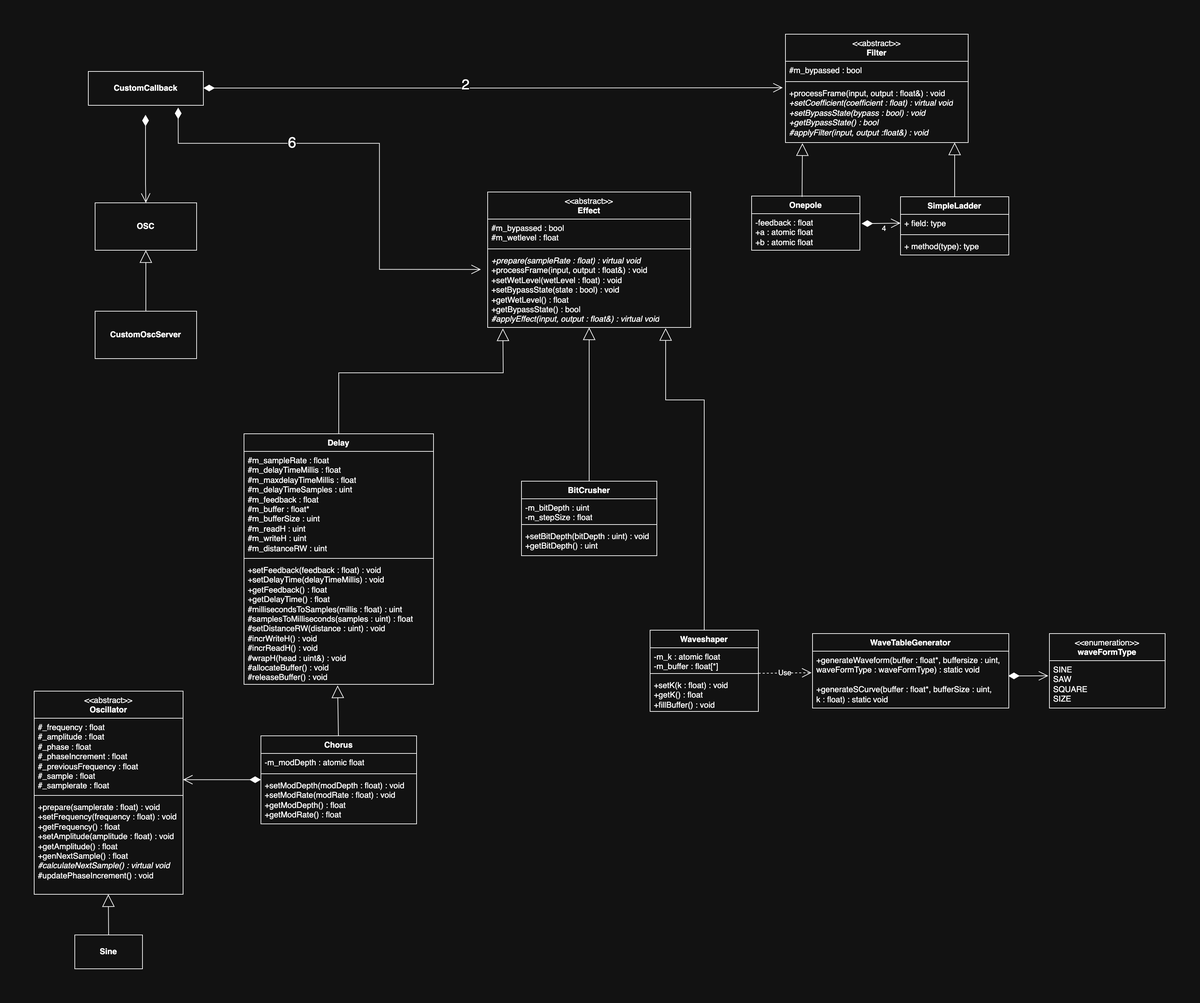
Before: CSD2c/eindopdracht_2c/doc/SmokersLung_classDiagram.png, a diagram exported from draw.io (shark19513/CSD2). Source tidied: cells renumbered, new cells last; positions are measured from the earlier drawing's top-left corner, leaving out a move shared by most shapes.
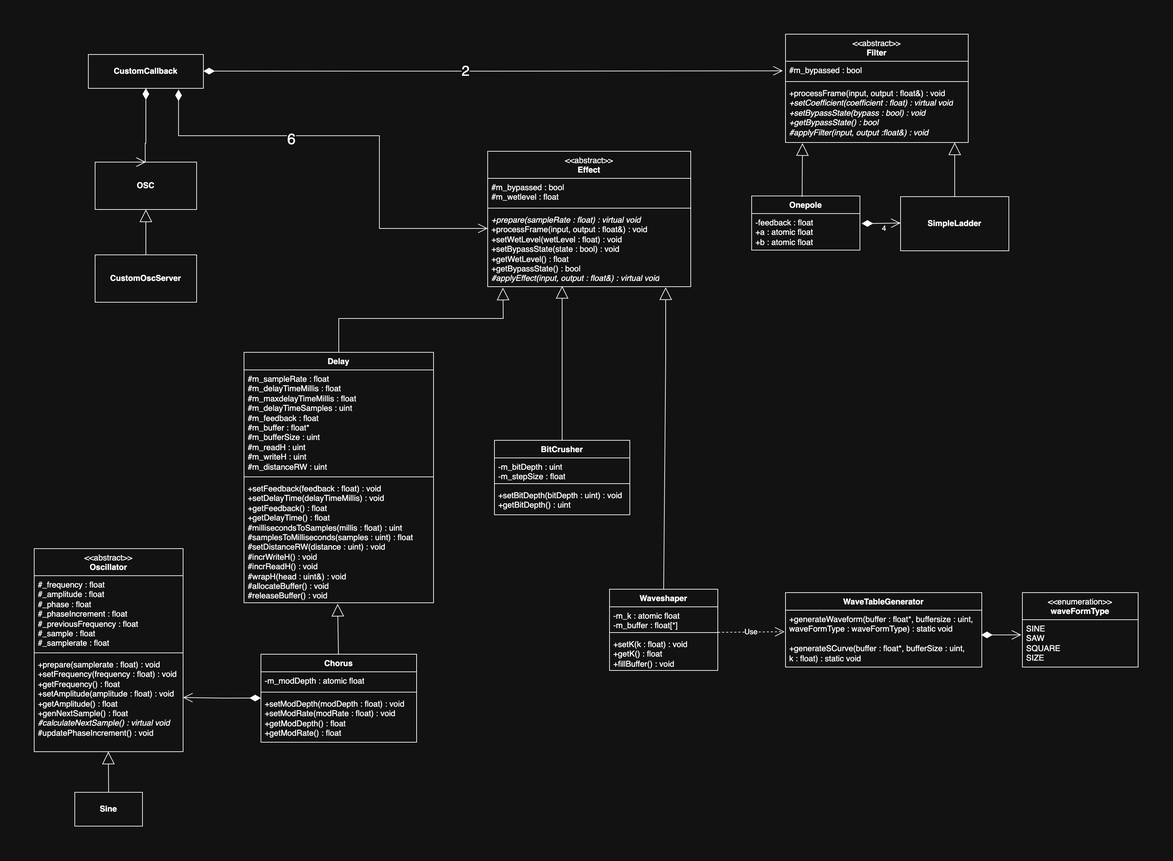
Above is the later version.

What changed in the source:
```diff
@@ -17,49 +17,52 @@
     <mxCell id="6" style="endArrow=block;endSize=16;endFill=0;html=1;rounded=0;exitX=0.5;exitY=0;exitDx=0;exitDy=0;entryX=0.075;entryY=1.013;entryDx=0;entryDy=0;entryPerimeter=0;" parent="1" edge="1" source="31" target="5">
       <mxGeometry relative="1" as="geometry">
         <Array as="points">
-          <mxPoint x="450" y="500" />
-          <mxPoint x="693" y="500" />
+          <mxPoint x="450" y="480" />
+          <mxPoint x="693" y="480" />
         </Array>
       </mxGeometry>
     </mxCell>
-    <mxCell id="7" style="endArrow=block;endSize=16;endFill=0;html=1;rounded=0;entryX=0.5;entryY=1;entryDx=0;entryDy=0;entryPerimeter=0;exitX=0.5;exitY=0;exitDx=0;exitDy=0;" parent="1" edge="1" source="51" target="5">
-      <mxGeometry relative="1" as="geometry" />
+    <mxCell id="7" style="endArrow=block;endSize=16;endFill=0;html=1;rounded=0;exitX=0.5;exitY=0;exitDx=0;exitDy=0;" parent="1" edge="1" source="51">
+      <mxGeometry relative="1" as="geometry">
+        <mxPoint x="780" y="432" as="targetPoint" />
+        <Array as="points">
+          <mxPoint x="780" y="450" />
+        </Array>
+      </mxGeometry>
     </mxCell>
     <mxCell id="8" style="endArrow=block;endSize=16;endFill=0;html=1;rounded=0;exitX=0.5;exitY=0;exitDx=0;exitDy=0;" parent="1" edge="1" source="17">
       <mxGeometry relative="1" as="geometry">
         <mxPoint x="933" y="434" as="targetPoint" />
         <Array as="points">
-          <mxPoint x="990" y="540" />
           <mxPoint x="933" y="540" />
         </Array>
       </mxGeometry>
     </mxCell>
-    <mxCell id="9" style="endArrow=open;html=1;endSize=12;startArrow=diamondThin;startSize=14;startFill=1;edgeStyle=orthogonalEdgeStyle;align=left;verticalAlign=bottom;rounded=0;entryX=0;entryY=0.104;entryDx=0;entryDy=0;entryPerimeter=0;exitX=0.781;exitY=1.068;exitDx=0;exitDy=0;exitPerimeter=0;" parent="1" edge="1" source="11">
+    <mxCell id="9" style="endArrow=open;html=1;endSize=12;startArrow=diamondThin;startSize=14;startFill=1;edgeStyle=orthogonalEdgeStyle;align=left;verticalAlign=bottom;rounded=0;exitX=0.784;exitY=1.038;exitDx=0;exitDy=0;exitPerimeter=0;entryX=0;entryY=0.232;entryDx=0;entryDy=0;entryPerimeter=0;" parent="1" edge="1" source="11" target="5">
       <mxGeometry x="-0.05" y="-46" relative="1" as="geometry">
-        <mxPoint x="660" y="347.3" as="targetPoint" />
         <Array as="points">
-          <mxPoint x="213" y="161" />
-          <mxPoint x="510" y="161" />
+          <mxPoint x="213" y="210" />
+          <mxPoint x="510" y="210" />
           <mxPoint x="510" y="347" />
         </Array>
       </mxGeometry>
     </mxCell>
     <mxCell id="10" value="&lt;font style=&quot;font-size: 22px;&quot;&gt;6&lt;/font&gt;" style="edgeLabel;html=1;align=center;verticalAlign=middle;" parent="9" vertex="1">
       <mxGeometry x="0.27" relative="1" as="geometry">
-        <mxPoint x="-130" y="-88" as="offset" />
+        <mxPoint x="-130" y="-51" as="offset" />
       </mxGeometry>
     </mxCell>
     <mxCell id="11" value="&lt;b&gt;CustomCallback&lt;/b&gt;" style="html=1;whiteSpace=wrap;" parent="1" vertex="1">
-      <mxGeometry x="80" y="55" width="170" height="50" as="geometry" />
+      <mxGeometry x="80" y="90" width="170" height="50" as="geometry" />
     </mxCell>
     <mxCell id="12" value="&lt;div&gt;&lt;span style=&quot;font-weight: normal;&quot;&gt;&amp;lt;&amp;lt;enumeration&amp;gt;&amp;gt;&lt;/span&gt;&lt;/div&gt;waveFormType" style="swimlane;fontStyle=1;align=center;verticalAlign=top;horizontal=1;startSize=40;whiteSpace=wrap;html=1;" parent="1" vertex="1">
-      <mxGeometry x="1500" y="885" width="171" height="110" as="geometry" />
+      <mxGeometry x="1460" y="885" width="171" height="110" as="geometry" />
     </mxCell>
     <mxCell id="13" value="SINE&lt;div&gt;SAW&lt;/div&gt;&lt;div&gt;SQUARE&lt;/div&gt;&lt;div&gt;SIZE&lt;/div&gt;" style="text;strokeColor=none;fillColor=none;align=left;verticalAlign=top;spacingLeft=4;spacingRight=4;overflow=hidden;points=[[0,0.5],[1,0.5]];portConstraint=eastwest;whiteSpace=wrap;html=1;" parent="12" vertex="1">
       <mxGeometry y="40" width="171" height="70" as="geometry" />
     </mxCell>
     <mxCell id="14" value="WaveTableGenerator" style="swimlane;fontStyle=1;align=center;verticalAlign=top;horizontal=1;startSize=26;whiteSpace=wrap;html=1;" parent="1" vertex="1">
-      <mxGeometry x="1150" y="885" width="290" height="110" as="geometry" />
+      <mxGeometry x="1110" y="885" width="290" height="110" as="geometry" />
     </mxCell>
     <mxCell id="15" value="+generateWaveform(buffer : float*, buffersize : uint, waveFormType : waveFormType) : static void&lt;div&gt;&lt;br&gt;&lt;div&gt;+generateSCurve(buffer : float*, bufferSize : uint,&amp;nbsp;&lt;/div&gt;&lt;div&gt;k : float) : static void&lt;/div&gt;&lt;/div&gt;" style="text;strokeColor=none;fillColor=none;align=left;verticalAlign=top;spacingLeft=4;spacingRight=4;overflow=hidden;points=[[0,0.5],[1,0.5]];portConstraint=eastwest;whiteSpace=wrap;html=1;" parent="14" vertex="1">
       <mxGeometry y="26" width="290" height="84" as="geometry" />
@@ -68,7 +71,7 @@
       <mxGeometry x="0.27" y="-10" relative="1" as="geometry" />
     </mxCell>
     <mxCell id="17" value="Waveshaper" style="swimlane;fontStyle=1;align=center;verticalAlign=top;horizontal=1;startSize=26;whiteSpace=wrap;html=1;" parent="1" vertex="1">
-      <mxGeometry x="910" y="880" width="160" height="120" as="geometry" />
+      <mxGeometry x="850" y="880" width="160" height="120" as="geometry" />
     </mxCell>
     <mxCell id="18" value="-m_k : atomic float&lt;div&gt;-m_buffer : float[*]&lt;/div&gt;" style="text;strokeColor=none;fillColor=none;align=left;verticalAlign=top;spacingLeft=4;spacingRight=4;overflow=hidden;points=[[0,0.5],[1,0.5]];portConstraint=eastwest;whiteSpace=wrap;html=1;" parent="17" vertex="1">
       <mxGeometry y="26" width="160" height="34" as="geometry" />
@@ -83,7 +86,7 @@
       <mxGeometry relative="1" as="geometry" />
     </mxCell>
     <mxCell id="22" value="Onepole" style="swimlane;fontStyle=1;align=center;verticalAlign=top;horizontal=1;startSize=26;whiteSpace=wrap;html=1;" parent="1" vertex="1">
-      <mxGeometry x="1060" y="239" width="160" height="80" as="geometry" />
+      <mxGeometry x="1060" y="299" width="160" height="80" as="geometry" />
     </mxCell>
     <mxCell id="23" value="-feedback : float&lt;div&gt;+a : atomic float&lt;/div&gt;&lt;div&gt;+b : atomic float&lt;/div&gt;" style="text;strokeColor=none;fillColor=none;align=left;verticalAlign=top;spacingLeft=4;spacingRight=4;overflow=hidden;points=[[0,0.5],[1,0.5]];portConstraint=eastwest;whiteSpace=wrap;html=1;" parent="22" vertex="1">
       <mxGeometry y="26" width="160" height="54" as="geometry" />
@@ -91,32 +94,22 @@
     <mxCell id="24" style="endArrow=block;endSize=16;endFill=0;html=1;rounded=0;exitX=0.466;exitY=0.015;exitDx=0;exitDy=0;exitPerimeter=0;entryX=0.093;entryY=1.012;entryDx=0;entryDy=0;entryPerimeter=0;" parent="1" edge="1" source="22" target="38">
       <mxGeometry relative="1" as="geometry" />
     </mxCell>
-    <mxCell id="25" value="SimpleLadder" style="swimlane;fontStyle=1;align=center;verticalAlign=top;horizontal=1;startSize=26;whiteSpace=wrap;html=1;" parent="1" vertex="1">
-      <mxGeometry x="1280" y="240" width="160" height="86" as="geometry" />
-    </mxCell>
-    <mxCell id="26" value="+ field: type" style="text;strokeColor=none;fillColor=none;align=left;verticalAlign=top;spacingLeft=4;spacingRight=4;overflow=hidden;points=[[0,0.5],[1,0.5]];portConstraint=eastwest;whiteSpace=wrap;html=1;" parent="25" vertex="1">
-      <mxGeometry y="26" width="160" height="26" as="geometry" />
-    </mxCell>
-    <mxCell id="27" style="line;strokeWidth=1;fillColor=none;align=left;verticalAlign=middle;spacingTop=-1;spacingLeft=3;spacingRight=3;labelPosition=right;strokeColor=inherit;" parent="25" vertex="1">
-      <mxGeometry y="52" width="160" height="8" as="geometry" />
-    </mxCell>
-    <mxCell id="28" value="+ method(type): type" style="text;strokeColor=none;fillColor=none;align=left;verticalAlign=top;spacingLeft=4;spacingRight=4;overflow=hidden;whiteSpace=wrap;html=1;" parent="25" vertex="1">
-      <mxGeometry y="60" width="160" height="26" as="geometry" />
-    </mxCell>
-    <mxCell id="29" style="endArrow=block;endSize=16;endFill=0;html=1;rounded=0;exitX=0.5;exitY=0;exitDx=0;exitDy=0;" parent="1" edge="1" source="25">
+    <mxCell id="29" style="endArrow=block;endSize=16;endFill=0;html=1;rounded=0;exitX=0.5;exitY=0;exitDx=0;exitDy=0;" parent="1" edge="1">
       <mxGeometry relative="1" as="geometry">
-        <mxPoint x="1360" y="160" as="targetPoint" />
+        <mxPoint x="1360" y="300" as="sourcePoint" />
+        <mxPoint x="1360" y="220" as="targetPoint" />
       </mxGeometry>
     </mxCell>
-    <mxCell id="30" value="4&lt;div&gt;&lt;br&gt;&lt;/div&gt;" style="endArrow=open;html=1;endSize=12;startArrow=diamondThin;startSize=14;startFill=1;edgeStyle=orthogonalEdgeStyle;align=left;verticalAlign=bottom;rounded=0;entryX=0;entryY=0.5;entryDx=0;entryDy=0;exitX=1.016;exitY=0.271;exitDx=0;exitDy=0;exitPerimeter=0;" parent="1" edge="1" source="23" target="26">
+    <mxCell id="30" value="4&lt;div&gt;&lt;br&gt;&lt;/div&gt;" style="endArrow=open;html=1;endSize=12;startArrow=diamondThin;startSize=14;startFill=1;edgeStyle=orthogonalEdgeStyle;align=left;verticalAlign=bottom;rounded=0;entryX=0;entryY=0.5;entryDx=0;entryDy=0;exitX=1.016;exitY=0.271;exitDx=0;exitDy=0;exitPerimeter=0;" parent="1" edge="1" source="23">
       <mxGeometry x="-0.03" y="-30" relative="1" as="geometry">
+        <mxPoint x="1280" y="339" as="targetPoint" />
         <Array as="points">
-          <mxPoint x="1240" y="280" />
+          <mxPoint x="1240" y="340" />
         </Array>
       </mxGeometry>
     </mxCell>
     <mxCell id="31" value="Delay" style="swimlane;fontStyle=1;align=center;verticalAlign=top;horizontal=1;startSize=26;whiteSpace=wrap;html=1;" parent="1" vertex="1">
-      <mxGeometry x="310" y="590" width="280" height="370" as="geometry" />
+      <mxGeometry x="310" y="530" width="280" height="370" as="geometry" />
     </mxCell>
     <mxCell id="32" value="#m_sampleRate : float&lt;div&gt;#m_delayTimeMillis : float&lt;/div&gt;&lt;div&gt;#m_maxdelayTimeMillis : float&lt;/div&gt;&lt;div&gt;#m_delayTimeSamples : uint&lt;/div&gt;&lt;div&gt;#m_feedback : float&lt;/div&gt;&lt;div&gt;#m_buffer : float*&lt;/div&gt;&lt;div&gt;#m_bufferSize : uint&lt;/div&gt;&lt;div&gt;#m_readH : uint&lt;/div&gt;&lt;div&gt;#m_writeH : uint&lt;/div&gt;&lt;div&gt;#m_distanceRW : uint&lt;/div&gt;" style="text;strokeColor=none;fillColor=none;align=left;verticalAlign=top;spacingLeft=4;spacingRight=4;overflow=hidden;whiteSpace=wrap;html=1;" parent="31" vertex="1">
       <mxGeometry y="26" width="280" height="154" as="geometry" />
@@ -128,7 +121,7 @@
       <mxGeometry y="188" width="280" height="182" as="geometry" />
     </mxCell>
     <mxCell id="35" value="&lt;div&gt;&lt;span style=&quot;font-weight: normal;&quot;&gt;&amp;lt;&amp;lt;abstract&amp;gt;&amp;gt;&lt;/span&gt;&lt;/div&gt;Filter" style="swimlane;fontStyle=1;align=center;verticalAlign=top;horizontal=1;startSize=40;whiteSpace=wrap;html=1;" parent="1" vertex="1">
-      <mxGeometry x="1110" width="270" height="160" as="geometry" />
+      <mxGeometry x="1110" y="60" width="270" height="160" as="geometry" />
     </mxCell>
     <mxCell id="36" value="#m_bypassed : bool" style="text;strokeColor=none;fillColor=none;align=left;verticalAlign=top;spacingLeft=4;spacingRight=4;overflow=hidden;whiteSpace=wrap;html=1;" parent="35" vertex="1">
       <mxGeometry y="40" width="270" height="26" as="geometry" />
@@ -141,11 +134,11 @@
     </mxCell>
     <mxCell id="39" style="endArrow=block;endSize=16;endFill=0;html=1;rounded=0;entryX=0.494;entryY=1.009;entryDx=0;entryDy=0;entryPerimeter=0;" parent="1" edge="1" target="34">
       <mxGeometry relative="1" as="geometry">
-        <mxPoint x="449.5" y="1036" as="sourcePoint" />
+        <mxPoint x="449.5" y="976" as="sourcePoint" />
       </mxGeometry>
     </mxCell>
     <mxCell id="40" value="Chorus" style="swimlane;fontStyle=1;align=center;verticalAlign=top;horizontal=1;startSize=26;whiteSpace=wrap;html=1;" parent="1" vertex="1">
-      <mxGeometry x="335" y="1036" width="230" height="130" as="geometry" />
+      <mxGeometry x="335" y="976" width="230" height="130" as="geometry" />
     </mxCell>
     <mxCell id="41" value="-m_modDepth : atomic float" style="text;strokeColor=none;fillColor=none;align=left;verticalAlign=top;spacingLeft=4;spacingRight=4;overflow=hidden;whiteSpace=wrap;html=1;" parent="40" vertex="1">
       <mxGeometry y="26" width="230" height="26" as="geometry" />
@@ -157,7 +150,7 @@
       <mxGeometry y="60" width="230" height="70" as="geometry" />
     </mxCell>
     <mxCell id="44" value="&lt;div&gt;&lt;span style=&quot;font-weight: normal;&quot;&gt;&amp;lt;&amp;lt;abstract&amp;gt;&amp;gt;&lt;/span&gt;&lt;/div&gt;Oscillator" style="swimlane;fontStyle=1;align=center;verticalAlign=top;horizontal=1;startSize=40;whiteSpace=wrap;html=1;" parent="1" vertex="1">
-      <mxGeometry y="970" width="220" height="300" as="geometry" />
+      <mxGeometry y="820" width="220" height="300" as="geometry" />
     </mxCell>
     <mxCell id="45" value="#_frequency : float&lt;div&gt;#_amplitude : float&lt;/div&gt;&lt;div&gt;#_phase : float&lt;/div&gt;&lt;div&gt;#_phaseIncrement : float&lt;/div&gt;&lt;div&gt;#_previousFrequency : float&lt;/div&gt;&lt;div&gt;#_sample : float&lt;/div&gt;&lt;div&gt;#_samplerate : float&lt;/div&gt;&lt;div&gt;&lt;br&gt;&lt;/div&gt;&lt;div&gt;&lt;br&gt;&lt;/div&gt;" style="text;strokeColor=none;fillColor=none;align=left;verticalAlign=top;spacingLeft=4;spacingRight=4;overflow=hidden;points=[[0,0.5],[1,0.5]];portConstraint=eastwest;whiteSpace=wrap;html=1;" parent="44" vertex="1">
       <mxGeometry y="40" width="220" height="110" as="geometry" />
@@ -169,18 +162,24 @@
       <mxGeometry y="158" width="220" height="142" as="geometry" />
     </mxCell>
     <mxCell id="48" value="&lt;b&gt;Sine&lt;/b&gt;" style="html=1;whiteSpace=wrap;" parent="1" vertex="1">
-      <mxGeometry x="60" y="1330" width="100" height="50" as="geometry" />
+      <mxGeometry x="60" y="1180" width="100" height="50" as="geometry" />
     </mxCell>
     <mxCell id="49" style="endArrow=block;endSize=16;endFill=0;html=1;rounded=0;entryX=0.075;entryY=1.013;entryDx=0;entryDy=0;entryPerimeter=0;exitX=0.5;exitY=0;exitDx=0;exitDy=0;" parent="1" edge="1" source="48">
       <mxGeometry relative="1" as="geometry">
-        <mxPoint x="109.5" y="1270" as="targetPoint" />
+        <mxPoint x="109.5" y="1120" as="targetPoint" />
       </mxGeometry>
     </mxCell>
-    <mxCell id="50" style="endArrow=open;html=1;endSize=12;startArrow=diamondThin;startSize=14;startFill=1;edgeStyle=orthogonalEdgeStyle;align=left;verticalAlign=bottom;rounded=0;exitX=0;exitY=0.068;exitDx=0;exitDy=0;exitPerimeter=0;entryX=1;entryY=0.825;entryDx=0;entryDy=0;entryPerimeter=0;" parent="1" edge="1" source="43" target="45">
-      <mxGeometry x="-0.57" y="-21" relative="1" as="geometry" />
+    <mxCell id="50" style="endArrow=open;html=1;endSize=12;startArrow=diamondThin;startSize=14;startFill=1;edgeStyle=orthogonalEdgeStyle;align=left;verticalAlign=bottom;rounded=0;exitX=0;exitY=0.068;exitDx=0;exitDy=0;exitPerimeter=0;" parent="1" edge="1" source="43">
+      <mxGeometry x="-0.57" y="-21" relative="1" as="geometry">
+        <mxPoint x="220" y="1040" as="targetPoint" />
+        <Array as="points">
+          <mxPoint x="280" y="1041" />
+          <mxPoint x="220" y="1040" />
+        </Array>
+      </mxGeometry>
     </mxCell>
     <mxCell id="51" value="BitCrusher" style="swimlane;fontStyle=1;align=center;verticalAlign=top;horizontal=1;startSize=26;whiteSpace=wrap;html=1;" parent="1" vertex="1">
-      <mxGeometry x="720" y="660" width="200" height="110" as="geometry" />
+      <mxGeometry x="680" y="660" width="200" height="110" as="geometry" />
     </mxCell>
     <mxCell id="52" value="-m_bitDepth : uint&lt;div&gt;-m_stepSize : float&lt;/div&gt;" style="text;strokeColor=none;fillColor=none;align=left;verticalAlign=top;spacingLeft=4;spacingRight=4;overflow=hidden;whiteSpace=wrap;html=1;" parent="51" vertex="1">
       <mxGeometry y="26" width="200" height="34" as="geometry" />
@@ -192,7 +191,7 @@
       <mxGeometry y="68" width="200" height="42" as="geometry" />
     </mxCell>
     <mxCell id="55" value="&lt;b&gt;CustomOscServer&lt;/b&gt;" style="html=1;whiteSpace=wrap;" parent="1" vertex="1">
-      <mxGeometry x="90" y="409" width="150" height="70" as="geometry" />
+      <mxGeometry x="90" y="386" width="150" height="70" as="geometry" />
     </mxCell>
     <mxCell id="56" value="&lt;b&gt;OSC&lt;/b&gt;" style="html=1;whiteSpace=wrap;" parent="1" vertex="1">
       <mxGeometry x="90" y="249" width="150" height="70" as="geometry" />
@@ -200,22 +199,25 @@
     <mxCell id="57" style="endArrow=block;endSize=16;endFill=0;html=1;rounded=0;exitX=0.5;exitY=0;exitDx=0;exitDy=0;entryX=0.5;entryY=1;entryDx=0;entryDy=0;" parent="1" edge="1" source="55" target="56">
       <mxGeometry relative="1" as="geometry" />
     </mxCell>
-    <mxCell id="58" style="endArrow=open;html=1;endSize=12;startArrow=diamondThin;startSize=14;startFill=1;edgeStyle=orthogonalEdgeStyle;align=left;verticalAlign=bottom;rounded=0;exitX=0.5;exitY=1;exitDx=0;exitDy=0;entryX=0.5;entryY=0;entryDx=0;entryDy=0;" parent="1" edge="1" target="56">
+    <mxCell id="58" style="endArrow=open;html=1;endSize=12;startArrow=diamondThin;startSize=14;startFill=1;edgeStyle=orthogonalEdgeStyle;align=left;verticalAlign=bottom;rounded=0;entryX=0.5;entryY=0;entryDx=0;entryDy=0;" parent="1" edge="1" target="56">
       <mxGeometry x="0.37" y="-104" relative="1" as="geometry">
-        <mxPoint x="164.5" y="119" as="sourcePoint" />
+        <mxPoint x="165" y="140" as="sourcePoint" />
         <Array as="points">
           <mxPoint x="164" y="221" />
         </Array>
       </mxGeometry>
     </mxCell>
     <mxCell id="59" value="&lt;font style=&quot;font-size: 21px;&quot;&gt;2&lt;/font&gt;" style="endArrow=open;html=1;endSize=12;startArrow=diamondThin;startSize=14;startFill=1;edgeStyle=orthogonalEdgeStyle;align=left;verticalAlign=bottom;rounded=0;" parent="1" edge="1">
-      <mxGeometry x="-0.11" y="-10" relative="1" as="geometry">
-        <mxPoint x="250" y="79.5" as="sourcePoint" />
-        <mxPoint x="1106" y="79" as="targetPoint" />
+      <mxGeometry x="-0.11" y="-15" relative="1" as="geometry">
+        <mxPoint x="250" y="114.6" as="sourcePoint" />
+        <mxPoint x="1106" y="114.1" as="targetPoint" />
         <Array as="points">
-          <mxPoint x="681" y="79" />
+          <mxPoint x="681" y="114.1" />
         </Array>
       </mxGeometry>
     </mxCell>
+    <mxCell id="25" value="&lt;b&gt;SimpleLadder&lt;/b&gt;" style="rounded=0;whiteSpace=wrap;html=1;" parent="1" vertex="1">
+      <mxGeometry x="1280" y="300" width="160" height="80" as="geometry" />
+    </mxCell>
   </root>
 </mxGraphModel>
```
